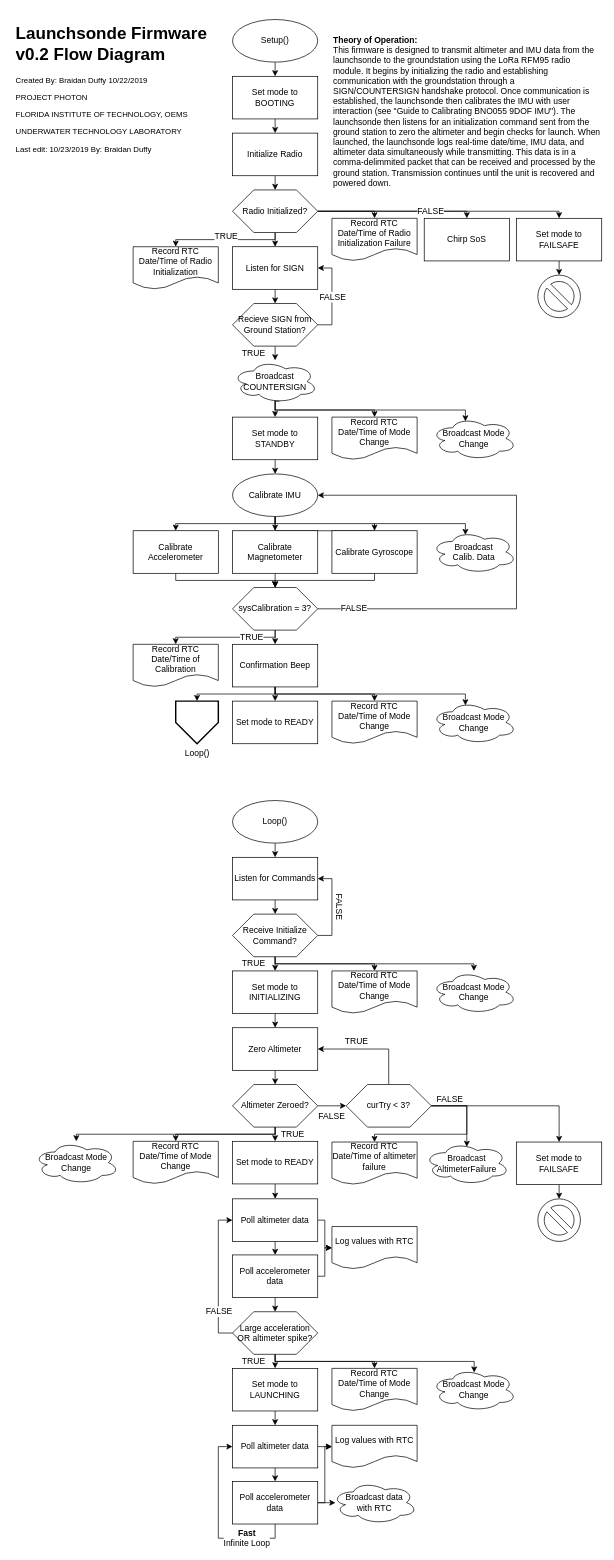
Above: v0.2/LS_LogicDiagram_v0.2.drawio in Legohead259/PhotonLaunchsondeFirmware (draw.io), before the change. Source tidied: cells renumbered, new cells numbered last; positions are measured from the earlier drawing's top-left corner, leaving out a move shared by most shapes. Both pictures are drawn from the tidied source at 71%, with x=0, y=0 at pixel (12, 19).
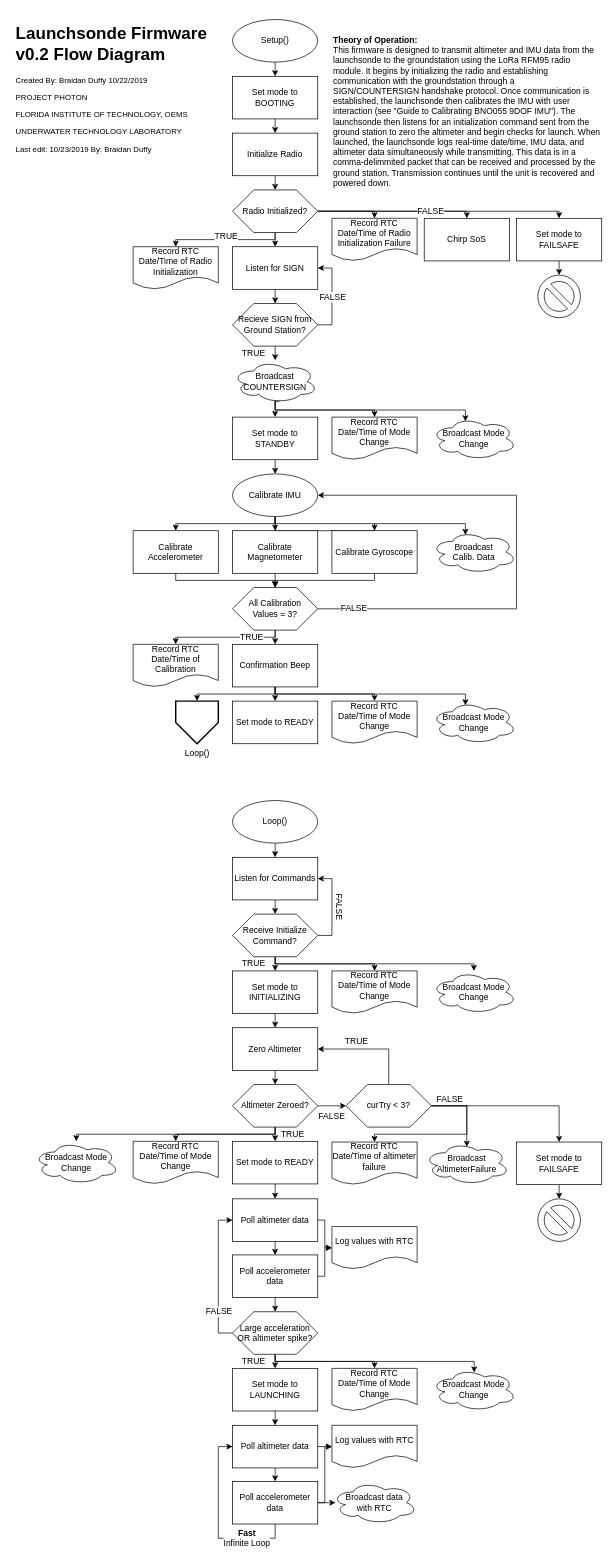
The same page after the edit.

Commit message (it also covers changes not shown here):
CHANGED FIRMWARE V0.2 DIAGRAM

Changed the Firmware v0.2 diagram to reflect actual conditions of IMU calibration status.

The edit, as a diff of the source:
```diff
@@
-    <mxCell id="133" value="sysCalibration = 3?" style="shape=hexagon;perimeter=hexagonPerimeter2;whiteSpace=wrap;html=1;" parent="1" vertex="1">
+    <mxCell id="133" value="All Calibration &lt;br&gt;Values = 3?" style="shape=hexagon;perimeter=hexagonPerimeter2;whiteSpace=wrap;html=1;" parent="1" vertex="1">
       <mxGeometry x="310" y="800" width="120" height="60" as="geometry" />
     </mxCell>
```
